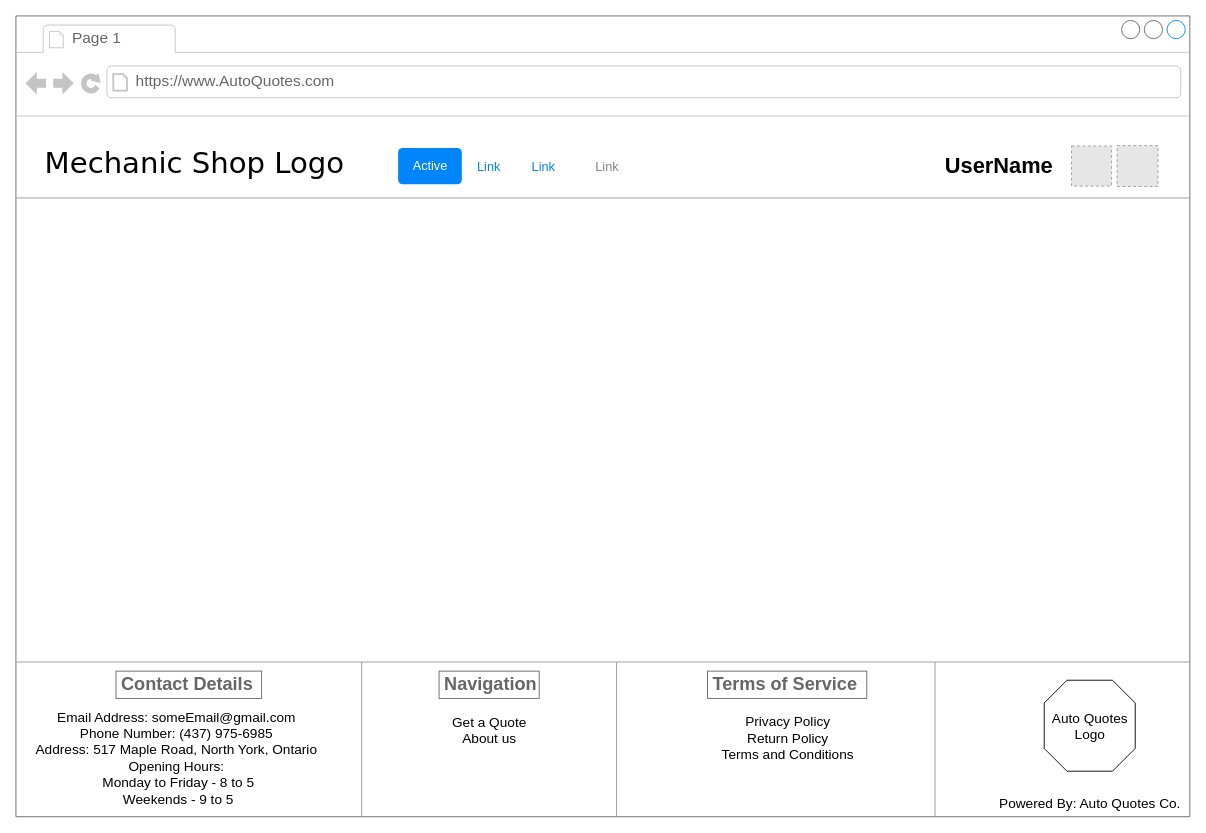
This is page "Page-1" (1 of 2) of Wireframe_Mockups/End-UserUI/EndUserLayout.drawio from Awrmani/AutoQuotes, a draw.io file, before an edit. Source tidied: cells renumbered, new cells numbered last; positions are measured from the earlier drawing's top-left corner, leaving out a move shared by most shapes. Both pictures are drawn from the tidied source at 91%, with x=0, y=0 at pixel (15, 15). Pictures stored in the file or linked from it are replaced by grey dashed boxes.
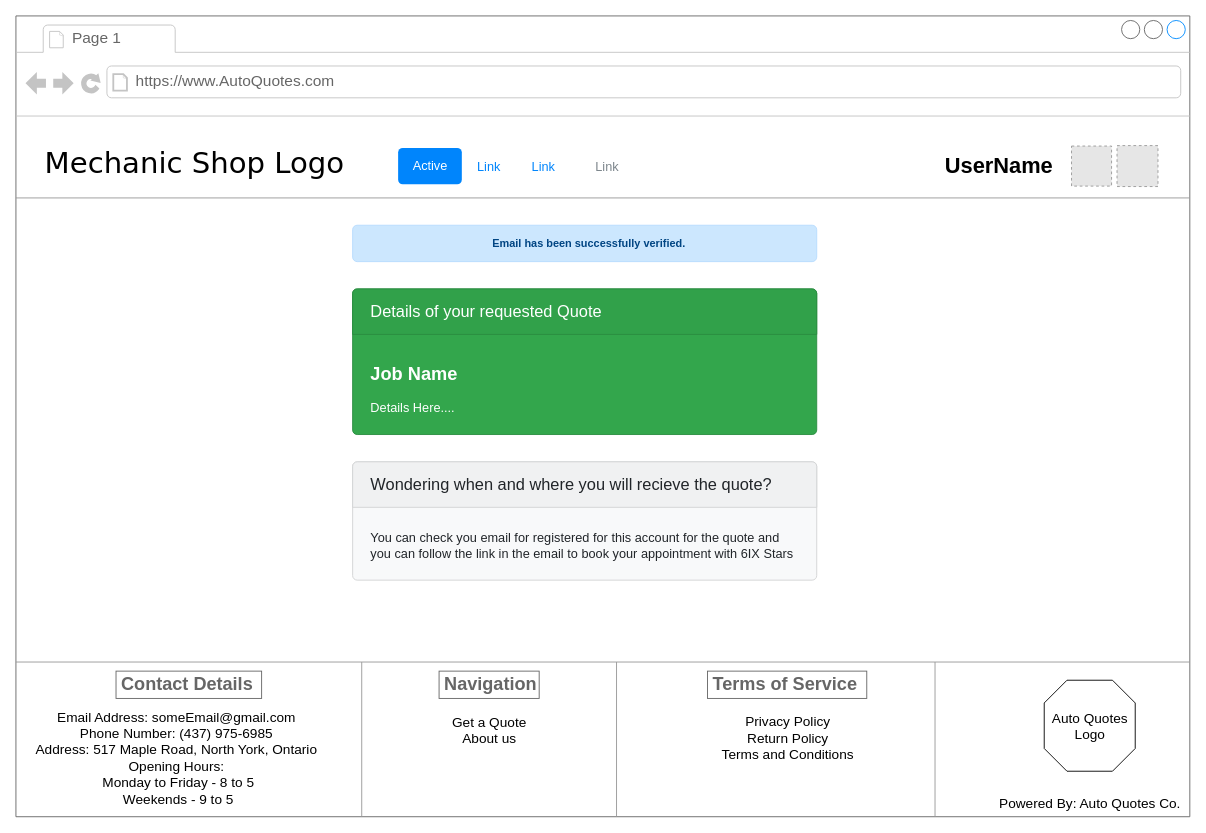
After the change.

Commit message (it also covers changes not shown here):
Update classes: InternalUser, MechanicShop, VehicleType, Part and ServiceType

The change refers to these unchanged cells:
```xml
<mxCell id="2" style="strokeWidth=1;shadow=0;dashed=0;align=left;html=1;shape=mxgraph.mockup.containers.browserWindow;rSize=0;strokeColor=#666666;mainText=,;rounded=0;labelBackgroundColor=none;fontFamily=Verdana;fontSize=12;" parent="1" vertex="1">
  <mxGeometry width="1290" height="880" as="geometry" />
</mxCell>
```

What changed in the source:
```diff
@@
+    <mxCell id="27" value="&lt;b&gt;Email has been successfully verified.&lt;/b&gt;" style="html=1;shadow=0;dashed=0;shape=mxgraph.bootstrap.rrect;rSize=5;strokeColor=#B8DCFE;strokeWidth=1;fillColor=#CCE7FE;fontColor=#004583;whiteSpace=wrap;align=center;verticalAlign=middle;spacingLeft=10;" parent="2" vertex="1">
+      <mxGeometry x="370" y="230" width="510" height="40" as="geometry" />
+    </mxCell>
+    <mxCell id="28" value="&lt;b&gt;&lt;font style=&quot;font-size: 20px&quot;&gt;Job Name&lt;/font&gt;&lt;/b&gt;&lt;br style=&quot;font-size: 14px&quot;&gt;&lt;br style=&quot;font-size: 14px&quot;&gt;Details Here...." style="html=1;shadow=0;dashed=0;shape=mxgraph.bootstrap.rrect;rSize=5;strokeColor=#2B8D40;html=1;whiteSpace=wrap;fillColor=#33A64C;fontColor=#ffffff;verticalAlign=bottom;align=left;spacing=20;spacingBottom=0;fontSize=14;" parent="2" vertex="1">
+      <mxGeometry x="370" y="300" width="510" height="160" as="geometry" />
+    </mxCell>
+    <mxCell id="29" value="Details of your requested Quote" style="html=1;shadow=0;dashed=0;shape=mxgraph.bootstrap.topButton;rSize=5;perimeter=none;whiteSpace=wrap;fillColor=#31A14A;strokeColor=#2B8D40;fontColor=#ffffff;fontSize=18;align=left;spacing=20;" parent="28" vertex="1">
+      <mxGeometry width="510" height="50" relative="1" as="geometry" />
+    </mxCell>
+    <mxCell id="30" value="You can check you email for registered for this account for the quote and you can follow the link in the email to book your appointment with 6IX Stars" style="html=1;shadow=0;dashed=0;shape=mxgraph.bootstrap.rrect;rSize=5;strokeColor=#D2D3D4;html=1;whiteSpace=wrap;fillColor=#F8F9FA;fontColor=#212529;verticalAlign=bottom;align=left;spacing=20;spacingBottom=0;fontSize=14;" parent="2" vertex="1">
+      <mxGeometry x="370" y="490" width="510" height="130" as="geometry" />
+    </mxCell>
+    <mxCell id="31" value="Wondering when and where you will recieve the quote?" style="html=1;shadow=0;dashed=0;shape=mxgraph.bootstrap.topButton;rSize=5;perimeter=none;whiteSpace=wrap;fillColor=#F0F1F2;strokeColor=#D2D3D4;fontColor=#212529;fontSize=18;align=left;spacing=20;" parent="30" vertex="1">
+      <mxGeometry width="510" height="50" relative="1" as="geometry" />
+    </mxCell>
```
